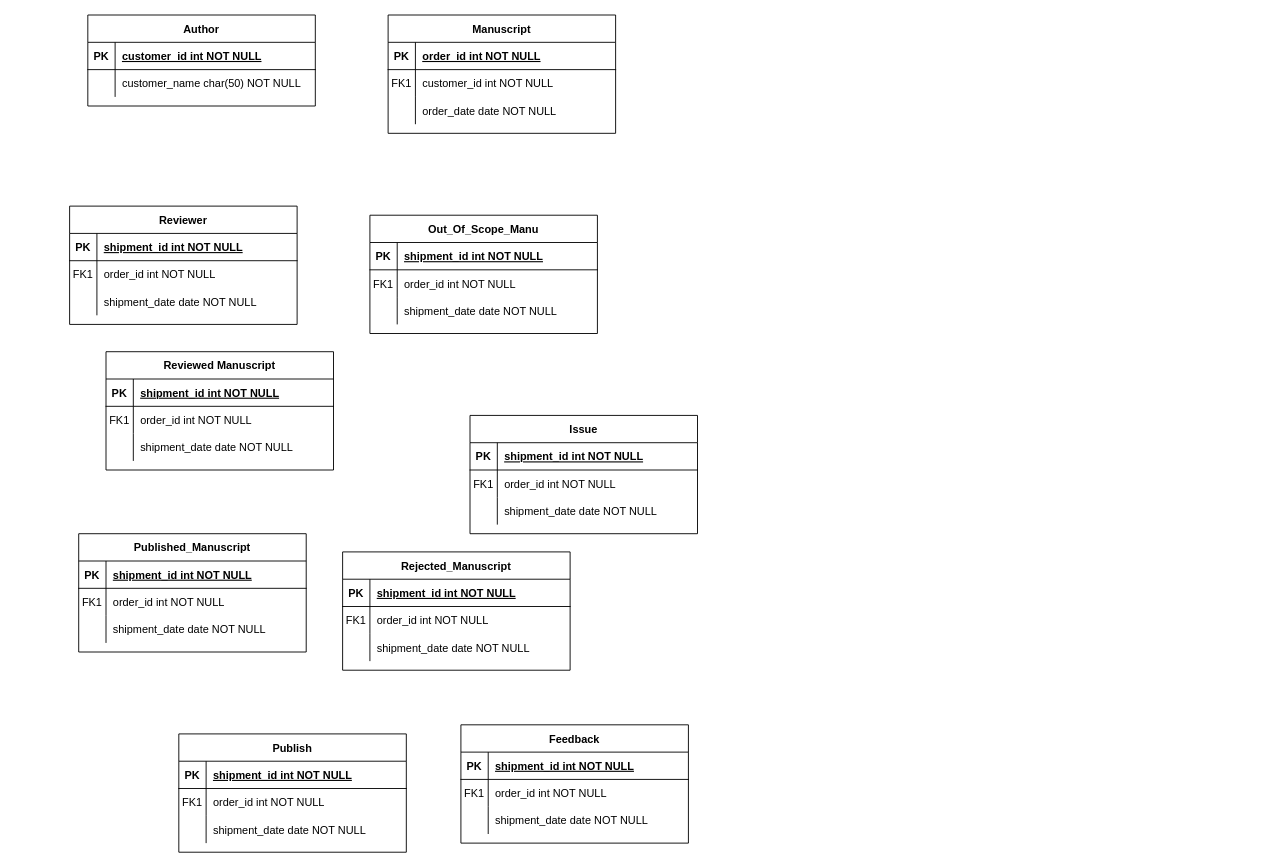
Before: Untitled Diagram.drawio in kwoehrer/DatabaseHw, a draw.io diagram. Source tidied: cells renumbered, new cells numbered last; positions are measured from the earlier drawing's top-left corner, leaving out a move shared by most shapes. Both pictures are drawn from the tidied source at 91%, with x=0, y=0 at pixel (69, 15).
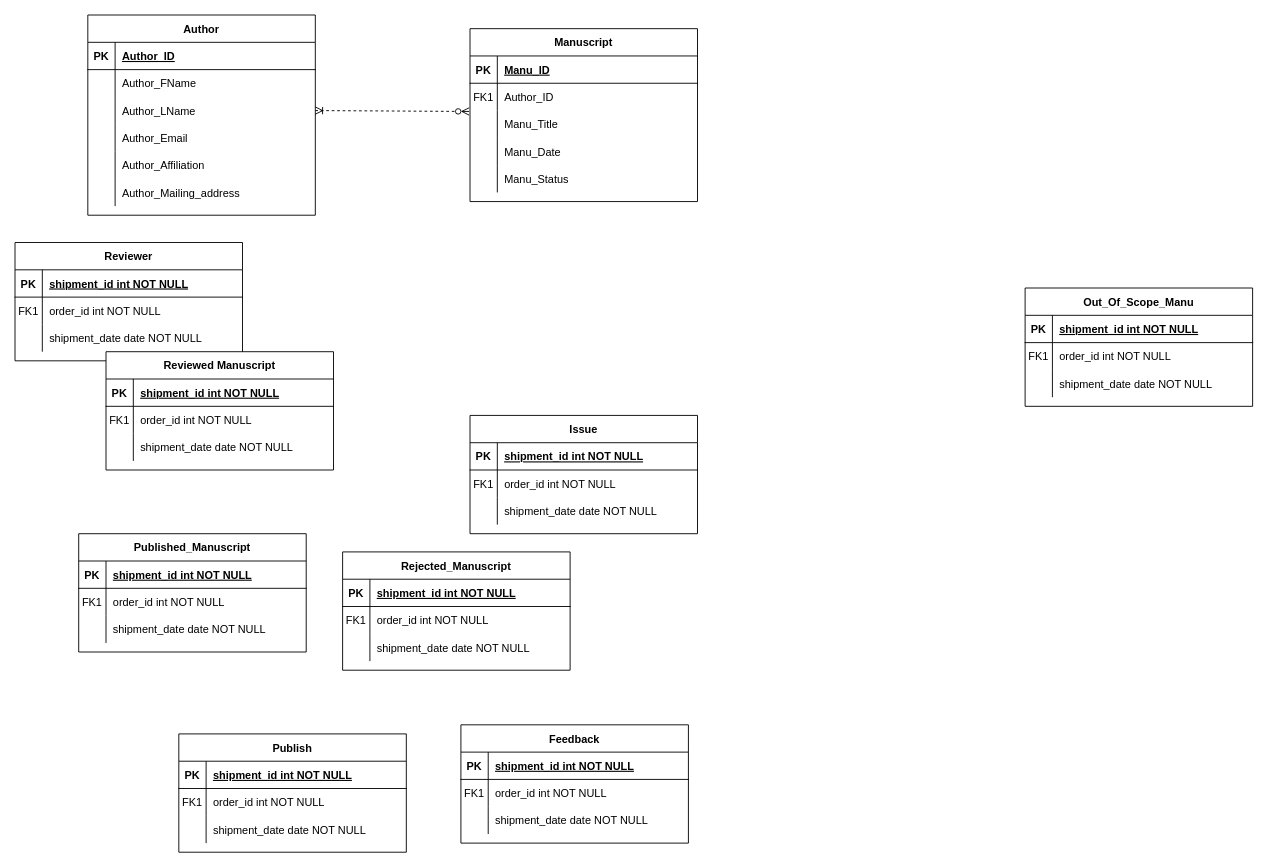
The same page after the edit.

The change refers to these unchanged cells:
```xml
<mxCell id="3" style="shape=partialRectangle;fillColor=none;top=0;left=0;right=0;bottom=1;" parent="2" vertex="1">
  <mxGeometry y="30" width="250" height="30" as="geometry" />
</mxCell>
<mxCell id="6" style="shape=partialRectangle;fillColor=none;points=[[0,0.5],[1,0.5]];portConstraint=eastwest;top=0;left=0;right=0;bottom=0;" parent="2" vertex="1">
  <mxGeometry y="60" width="250" height="30" as="geometry" />
</mxCell>
<mxCell id="9" style="shape=partialRectangle;fillColor=none;top=0;left=0;right=0;bottom=0;" parent="2" vertex="1">
  <mxGeometry y="90" width="250" height="30" as="geometry" />
</mxCell>
<mxCell id="23" style="shape=partialRectangle;fillColor=none;top=0;left=0;right=0;bottom=1;" parent="22" vertex="1">
  <mxGeometry y="30" width="250" height="30" as="geometry" />
</mxCell>
<mxCell id="26" style="shape=partialRectangle;fillColor=none;top=0;left=0;right=0;bottom=0;" parent="22" vertex="1">
  <mxGeometry y="60" width="250" height="30" as="geometry" />
</mxCell>
```

What changed in the source:
```diff
@@
     <mxCell id="2" value="Manuscript" style="shape=table;startSize=30;childLayout=tableLayout;rowLines=0;fontStyle=1;align=center;" parent="1" vertex="1">
-      <mxGeometry x="350" width="250" height="130" as="geometry" />
+      <mxGeometry x="440" y="15" width="250" height="190" as="geometry" />
     </mxCell>
@@
-    <mxCell id="5" value="order_id int NOT NULL " style="shape=partialRectangle;overflow=hidden;fillColor=none;top=0;left=0;bottom=0;right=0;align=left;spacingLeft=6;fontStyle=5;" parent="3" vertex="1">
+    <mxCell id="5" value="Manu_ID" style="shape=partialRectangle;overflow=hidden;fillColor=none;top=0;left=0;bottom=0;right=0;align=left;spacingLeft=6;fontStyle=5;" parent="3" vertex="1">
       <mxGeometry x="30" width="220" height="30" as="geometry" />
     </mxCell>
@@
-    <mxCell id="8" value="customer_id int NOT NULL" style="shape=partialRectangle;overflow=hidden;fillColor=none;top=0;left=0;bottom=0;right=0;align=left;spacingLeft=6;" parent="6" vertex="1">
+    <mxCell id="8" value="Author_ID" style="shape=partialRectangle;overflow=hidden;fillColor=none;top=0;left=0;bottom=0;right=0;align=left;spacingLeft=6;" parent="6" vertex="1">
       <mxGeometry x="30" width="220" height="30" as="geometry" />
     </mxCell>
@@
-    <mxCell id="11" value="order_date date NOT NULL" style="shape=partialRectangle;overflow=hidden;fillColor=none;top=0;left=0;bottom=0;right=0;align=left;spacingLeft=6;" parent="9" vertex="1">
+    <mxCell id="11" value="Manu_Title" style="shape=partialRectangle;overflow=hidden;fillColor=none;top=0;left=0;bottom=0;right=0;align=left;spacingLeft=6;" parent="9" vertex="1">
       <mxGeometry x="30" width="220" height="30" as="geometry" />
     </mxCell>
+    <mxCell id="99" style="shape=partialRectangle;fillColor=none;top=0;left=0;right=0;bottom=0;" parent="2" vertex="1">
+      <mxGeometry y="120" width="250" height="30" as="geometry" />
+    </mxCell>
+    <mxCell id="100" style="shape=partialRectangle;overflow=hidden;fillColor=none;top=0;left=0;bottom=0;right=0;" parent="99" vertex="1">
+      <mxGeometry width="30" height="30" as="geometry" />
+    </mxCell>
+    <mxCell id="101" value="Manu_Date" style="shape=partialRectangle;overflow=hidden;fillColor=none;top=0;left=0;bottom=0;right=0;align=left;spacingLeft=6;" parent="99" vertex="1">
+      <mxGeometry x="30" width="220" height="30" as="geometry" />
+    </mxCell>
+    <mxCell id="102" style="shape=partialRectangle;fillColor=none;top=0;left=0;right=0;bottom=0;" parent="2" vertex="1">
+      <mxGeometry y="150" width="250" height="30" as="geometry" />
+    </mxCell>
+    <mxCell id="103" style="shape=partialRectangle;overflow=hidden;fillColor=none;top=0;left=0;bottom=0;right=0;" parent="102" vertex="1">
+      <mxGeometry width="30" height="30" as="geometry" />
+    </mxCell>
+    <mxCell id="104" value="Manu_Status" style="shape=partialRectangle;overflow=hidden;fillColor=none;top=0;left=0;bottom=0;right=0;align=left;spacingLeft=6;" parent="102" vertex="1">
+      <mxGeometry x="30" width="220" height="30" as="geometry" />
+    </mxCell>
     <mxCell id="12" value="Reviewer" style="shape=table;startSize=30;childLayout=tableLayout;rowLines=0;fontStyle=1;align=center;" parent="1" vertex="1">
-      <mxGeometry y="210" width="250" height="130" as="geometry" />
+      <mxGeometry x="-60" y="250" width="250" height="130" as="geometry" />
     </mxCell>
@@
     <mxCell id="22" value="Author" style="shape=table;startSize=30;childLayout=tableLayout;rowLines=0;fontStyle=1;align=center;" parent="1" vertex="1">
-      <mxGeometry x="20" width="250" height="100" as="geometry" />
+      <mxGeometry x="20" width="250" height="220" as="geometry" />
     </mxCell>
@@
-    <mxCell id="25" value="customer_id int NOT NULL " style="shape=partialRectangle;overflow=hidden;fillColor=none;top=0;left=0;bottom=0;right=0;align=left;spacingLeft=6;fontStyle=5;" parent="23" vertex="1">
+    <mxCell id="25" value="Author_ID" style="shape=partialRectangle;overflow=hidden;fillColor=none;top=0;left=0;bottom=0;right=0;align=left;spacingLeft=6;fontStyle=5;" parent="23" vertex="1">
       <mxGeometry x="30" width="220" height="30" as="geometry" />
     </mxCell>
@@
-    <mxCell id="28" value="customer_name char(50) NOT NULL" style="shape=partialRectangle;overflow=hidden;fillColor=none;top=0;left=0;bottom=0;right=0;align=left;spacingLeft=6;" parent="26" vertex="1">
+    <mxCell id="28" value="Author_FName" style="shape=partialRectangle;overflow=hidden;fillColor=none;top=0;left=0;bottom=0;right=0;align=left;spacingLeft=6;" parent="26" vertex="1">
       <mxGeometry x="30" width="220" height="30" as="geometry" />
     </mxCell>
+    <mxCell id="105" style="shape=partialRectangle;fillColor=none;points=[[0,0.5],[1,0.5]];portConstraint=eastwest;top=0;left=0;right=0;bottom=0;" parent="22" vertex="1">
+      <mxGeometry y="90" width="250" height="30" as="geometry" />
+    </mxCell>
+    <mxCell id="106" style="shape=partialRectangle;overflow=hidden;fillColor=none;top=0;left=0;bottom=0;right=0;" parent="105" vertex="1">
+      <mxGeometry width="30" height="30" as="geometry" />
+    </mxCell>
+    <mxCell id="107" value="Author_LName" style="shape=partialRectangle;overflow=hidden;fillColor=none;top=0;left=0;bottom=0;right=0;align=left;spacingLeft=6;" parent="105" vertex="1">
+      <mxGeometry x="30" width="220" height="30" as="geometry" />
+    </mxCell>
+    <mxCell id="108" style="shape=partialRectangle;fillColor=none;top=0;left=0;right=0;bottom=0;" parent="22" vertex="1">
+      <mxGeometry y="120" width="250" height="30" as="geometry" />
+    </mxCell>
+    <mxCell id="109" style="shape=partialRectangle;overflow=hidden;fillColor=none;top=0;left=0;bottom=0;right=0;" parent="108" vertex="1">
+      <mxGeometry width="30" height="30" as="geometry" />
+    </mxCell>
+    <mxCell id="110" value="Author_Email" style="shape=partialRectangle;overflow=hidden;fillColor=none;top=0;left=0;bottom=0;right=0;align=left;spacingLeft=6;" parent="108" vertex="1">
+      <mxGeometry x="30" width="220" height="30" as="geometry" />
+    </mxCell>
+    <mxCell id="111" style="shape=partialRectangle;fillColor=none;top=0;left=0;right=0;bottom=0;" parent="22" vertex="1">
+      <mxGeometry y="150" width="250" height="30" as="geometry" />
+    </mxCell>
+    <mxCell id="112" style="shape=partialRectangle;overflow=hidden;fillColor=none;top=0;left=0;bottom=0;right=0;" parent="111" vertex="1">
+      <mxGeometry width="30" height="30" as="geometry" />
+    </mxCell>
+    <mxCell id="113" value="Author_Affiliation" style="shape=partialRectangle;overflow=hidden;fillColor=none;top=0;left=0;bottom=0;right=0;align=left;spacingLeft=6;" parent="111" vertex="1">
+      <mxGeometry x="30" width="220" height="30" as="geometry" />
+    </mxCell>
+    <mxCell id="114" style="shape=partialRectangle;fillColor=none;top=0;left=0;right=0;bottom=0;" parent="22" vertex="1">
+      <mxGeometry y="180" width="250" height="30" as="geometry" />
+    </mxCell>
+    <mxCell id="115" style="shape=partialRectangle;overflow=hidden;fillColor=none;top=0;left=0;bottom=0;right=0;" parent="114" vertex="1">
+      <mxGeometry width="30" height="30" as="geometry" />
+    </mxCell>
+    <mxCell id="116" value="Author_Mailing_address" style="shape=partialRectangle;overflow=hidden;fillColor=none;top=0;left=0;bottom=0;right=0;align=left;spacingLeft=6;" parent="114" vertex="1">
+      <mxGeometry x="30" width="220" height="30" as="geometry" />
+    </mxCell>
@@
     <mxCell id="49" value="Out_Of_Scope_Manu" style="shape=table;startSize=30;childLayout=tableLayout;rowLines=0;fontStyle=1;align=center;" parent="1" vertex="1">
-      <mxGeometry x="330" y="220" width="250" height="130" as="geometry" />
+      <mxGeometry x="1050" y="300" width="250" height="130" as="geometry" />
     </mxCell>
@@
+    <mxCell id="117" style="endArrow=ERzeroToMany;html=1;rounded=0;entryX=-0.004;entryY=1.033;entryDx=0;entryDy=0;entryPerimeter=0;exitX=1;exitY=0.5;exitDx=0;exitDy=0;startArrow=ERoneToMany;startFill=0;endFill=0;dashed=1;" parent="1" edge="1" source="105" target="6">
+      <mxGeometry relative="1" as="geometry" />
+    </mxCell>
```
